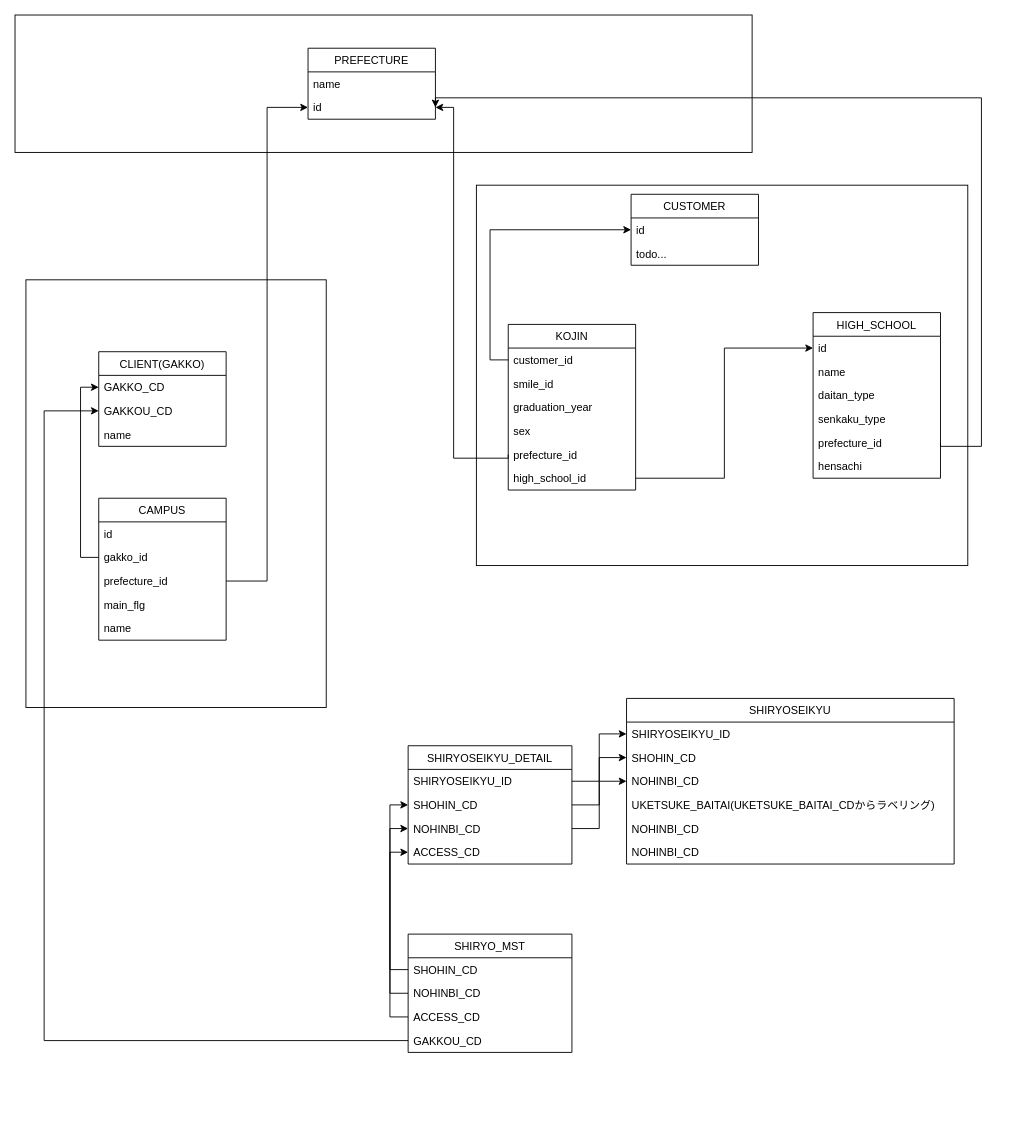
This is page "Page-9" (9 of 9) of learning bloc.drawio from newuniverse/diagrams, a draw.io file, before an edit. Source tidied: cells renumbered, new cells numbered last; positions are measured from the earlier drawing's top-left corner, leaving out a move shared by most shapes. Both pictures are drawn from the tidied source at 91%, with x=0, y=0 at pixel (15, 15).
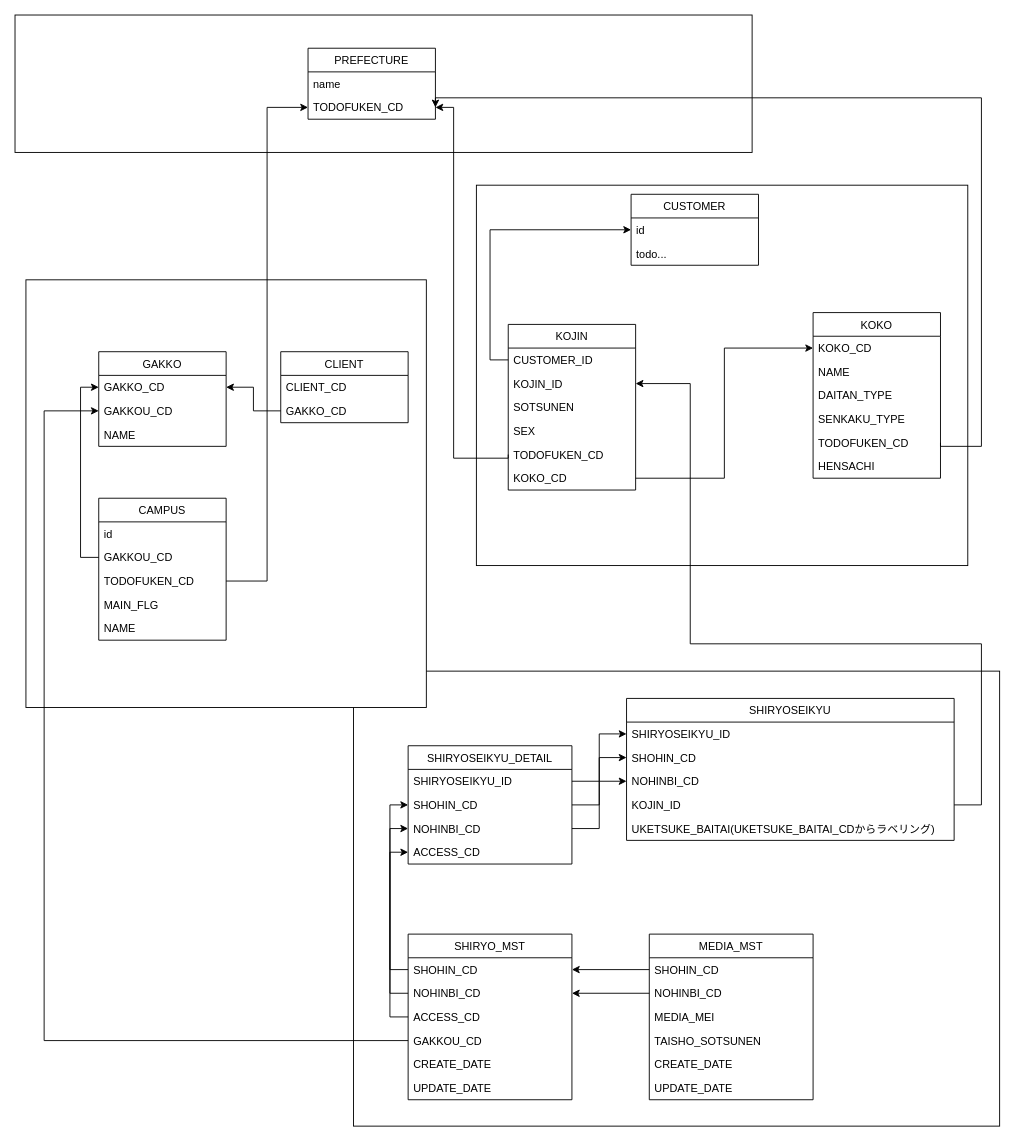
After the change.

The change refers to these unchanged cells:
```xml
<mxCell id="6" value="GAKKO_CD" style="text;strokeColor=none;fillColor=none;align=left;verticalAlign=top;spacingLeft=4;spacingRight=4;overflow=hidden;points=[[0,0.5],[1,0.5]];portConstraint=eastwest;" parent="5" vertex="1">
  <mxGeometry y="26" width="140" height="26" as="geometry" />
</mxCell>
<mxCell id="9" value="PREFECTURE" style="swimlane;fontStyle=0;horizontal=1;startSize=26;fillColor=none;" parent="1" vertex="1">
  <mxGeometry x="322" y="36.5" width="140" height="78" as="geometry" />
</mxCell>
<mxCell id="12" value="CAMPUS" style="swimlane;fontStyle=0;horizontal=1;startSize=26;fillColor=none;" parent="1" vertex="1">
  <mxGeometry x="92" y="531" width="140" height="156" as="geometry" />
</mxCell>
<mxCell id="23" value="KOJIN" style="swimlane;fontStyle=0;horizontal=1;startSize=26;fillColor=none;" parent="1" vertex="1">
  <mxGeometry x="542" y="340" width="140" height="182" as="geometry" />
</mxCell>
<mxCell id="57" value="SHOHIN_CD" style="text;strokeColor=none;fillColor=none;align=left;verticalAlign=top;spacingLeft=4;spacingRight=4;overflow=hidden;points=[[0,0.5],[1,0.5]];portConstraint=eastwest;" parent="56" vertex="1">
  <mxGeometry y="26" width="180" height="26" as="geometry" />
</mxCell>
<mxCell id="58" value="NOHINBI_CD" style="text;strokeColor=none;fillColor=none;align=left;verticalAlign=top;spacingLeft=4;spacingRight=4;overflow=hidden;points=[[0,0.5],[1,0.5]];portConstraint=eastwest;" parent="56" vertex="1">
  <mxGeometry y="52" width="180" height="26" as="geometry" />
</mxCell>
```

Change to the diagram source:
```diff
@@
+    <mxCell id="65" style="rounded=0;whiteSpace=wrap;html=1;fillColor=#FFFFFF;" parent="1" vertex="1">
+      <mxGeometry x="372" y="721" width="710" height="500" as="geometry" />
+    </mxCell>
@@
     <mxCell id="4" style="rounded=0;whiteSpace=wrap;html=1;" parent="1" vertex="1">
-      <mxGeometry x="12" y="291" width="330" height="470" as="geometry" />
+      <mxGeometry x="12" y="291" width="440" height="470" as="geometry" />
     </mxCell>
-    <mxCell id="5" value="CLIENT(GAKKO)" style="swimlane;fontStyle=0;horizontal=1;startSize=26;fillColor=none;" parent="1" vertex="1">
+    <mxCell id="5" value="GAKKO" style="swimlane;fontStyle=0;horizontal=1;startSize=26;fillColor=none;" parent="1" vertex="1">
       <mxGeometry x="92" y="370" width="140" height="104" as="geometry" />
     </mxCell>
@@
-    <mxCell id="8" value="name " style="text;strokeColor=none;fillColor=none;align=left;verticalAlign=top;spacingLeft=4;spacingRight=4;overflow=hidden;" parent="5" vertex="1">
+    <mxCell id="8" value="NAME" style="text;strokeColor=none;fillColor=none;align=left;verticalAlign=top;spacingLeft=4;spacingRight=4;overflow=hidden;" parent="5" vertex="1">
       <mxGeometry y="78" width="140" height="26" as="geometry" />
     </mxCell>
@@
-    <mxCell id="11" value="id" style="text;strokeColor=none;fillColor=none;align=left;verticalAlign=top;spacingLeft=4;spacingRight=4;overflow=hidden;points=[[0,0.5],[1,0.5]];portConstraint=eastwest;" parent="9" vertex="1">
+    <mxCell id="11" value="TODOFUKEN_CD" style="text;strokeColor=none;fillColor=none;align=left;verticalAlign=top;spacingLeft=4;spacingRight=4;overflow=hidden;points=[[0,0.5],[1,0.5]];portConstraint=eastwest;" parent="9" vertex="1">
       <mxGeometry y="52" width="140" height="26" as="geometry" />
     </mxCell>
@@
-    <mxCell id="14" value="gakko_id" style="text;strokeColor=none;fillColor=none;align=left;verticalAlign=top;spacingLeft=4;spacingRight=4;overflow=hidden;points=[[0,0.5],[1,0.5]];portConstraint=eastwest;" parent="12" vertex="1">
+    <mxCell id="14" value="GAKKOU_CD" style="text;strokeColor=none;fillColor=none;align=left;verticalAlign=top;spacingLeft=4;spacingRight=4;overflow=hidden;points=[[0,0.5],[1,0.5]];portConstraint=eastwest;" parent="12" vertex="1">
       <mxGeometry y="52" width="140" height="26" as="geometry" />
     </mxCell>
-    <mxCell id="15" value="prefecture_id" style="text;strokeColor=none;fillColor=none;align=left;verticalAlign=top;spacingLeft=4;spacingRight=4;overflow=hidden;points=[[0,0.5],[1,0.5]];portConstraint=eastwest;" parent="12" vertex="1">
+    <mxCell id="15" value="TODOFUKEN_CD" style="text;strokeColor=none;fillColor=none;align=left;verticalAlign=top;spacingLeft=4;spacingRight=4;overflow=hidden;points=[[0,0.5],[1,0.5]];portConstraint=eastwest;" parent="12" vertex="1">
       <mxGeometry y="78" width="140" height="26" as="geometry" />
     </mxCell>
-    <mxCell id="16" value="main_flg" style="text;strokeColor=none;fillColor=none;align=left;verticalAlign=top;spacingLeft=4;spacingRight=4;overflow=hidden;" parent="12" vertex="1">
+    <mxCell id="16" value="MAIN_FLG" style="text;strokeColor=none;fillColor=none;align=left;verticalAlign=top;spacingLeft=4;spacingRight=4;overflow=hidden;" parent="12" vertex="1">
       <mxGeometry y="104" width="140" height="26" as="geometry" />
     </mxCell>
-    <mxCell id="17" value="name" style="text;strokeColor=none;fillColor=none;align=left;verticalAlign=top;spacingLeft=4;spacingRight=4;overflow=hidden;" parent="12" vertex="1">
+    <mxCell id="17" value="NAME" style="text;strokeColor=none;fillColor=none;align=left;verticalAlign=top;spacingLeft=4;spacingRight=4;overflow=hidden;" parent="12" vertex="1">
       <mxGeometry y="130" width="140" height="26" as="geometry" />
     </mxCell>
@@
-    <mxCell id="24" value="customer_id" style="text;strokeColor=none;fillColor=none;align=left;verticalAlign=top;spacingLeft=4;spacingRight=4;overflow=hidden;points=[[0,0.5],[1,0.5]];portConstraint=eastwest;" parent="23" vertex="1">
+    <mxCell id="24" value="CUSTOMER_ID" style="text;strokeColor=none;fillColor=none;align=left;verticalAlign=top;spacingLeft=4;spacingRight=4;overflow=hidden;points=[[0,0.5],[1,0.5]];portConstraint=eastwest;" parent="23" vertex="1">
       <mxGeometry y="26" width="140" height="26" as="geometry" />
     </mxCell>
-    <mxCell id="25" value="smile_id" style="text;strokeColor=none;fillColor=none;align=left;verticalAlign=top;spacingLeft=4;spacingRight=4;overflow=hidden;points=[[0,0.5],[1,0.5]];portConstraint=eastwest;" parent="23" vertex="1">
+    <mxCell id="25" value="KOJIN_ID" style="text;strokeColor=none;fillColor=none;align=left;verticalAlign=top;spacingLeft=4;spacingRight=4;overflow=hidden;points=[[0,0.5],[1,0.5]];portConstraint=eastwest;" parent="23" vertex="1">
       <mxGeometry y="52" width="140" height="26" as="geometry" />
     </mxCell>
-    <mxCell id="26" value="graduation_year" style="text;strokeColor=none;fillColor=none;align=left;verticalAlign=top;spacingLeft=4;spacingRight=4;overflow=hidden;" parent="23" vertex="1">
+    <mxCell id="26" value="SOTSUNEN" style="text;strokeColor=none;fillColor=none;align=left;verticalAlign=top;spacingLeft=4;spacingRight=4;overflow=hidden;" parent="23" vertex="1">
       <mxGeometry y="78" width="140" height="26" as="geometry" />
     </mxCell>
-    <mxCell id="27" value="sex" style="text;strokeColor=none;fillColor=none;align=left;verticalAlign=top;spacingLeft=4;spacingRight=4;overflow=hidden;" parent="23" vertex="1">
+    <mxCell id="27" value="SEX" style="text;strokeColor=none;fillColor=none;align=left;verticalAlign=top;spacingLeft=4;spacingRight=4;overflow=hidden;" parent="23" vertex="1">
       <mxGeometry y="104" width="140" height="26" as="geometry" />
     </mxCell>
-    <mxCell id="28" value="prefecture_id" style="text;strokeColor=none;fillColor=none;align=left;verticalAlign=top;spacingLeft=4;spacingRight=4;overflow=hidden;points=[[0,0.5],[1,0.5]];portConstraint=eastwest;" parent="23" vertex="1">
+    <mxCell id="28" value="TODOFUKEN_CD" style="text;strokeColor=none;fillColor=none;align=left;verticalAlign=top;spacingLeft=4;spacingRight=4;overflow=hidden;points=[[0,0.5],[1,0.5]];portConstraint=eastwest;" parent="23" vertex="1">
       <mxGeometry y="130" width="140" height="26" as="geometry" />
     </mxCell>
-    <mxCell id="29" value="high_school_id" style="text;strokeColor=none;fillColor=none;align=left;verticalAlign=top;spacingLeft=4;spacingRight=4;overflow=hidden;points=[[0,0.5],[1,0.5]];portConstraint=eastwest;" parent="23" vertex="1">
+    <mxCell id="29" value="KOKO_CD" style="text;strokeColor=none;fillColor=none;align=left;verticalAlign=top;spacingLeft=4;spacingRight=4;overflow=hidden;points=[[0,0.5],[1,0.5]];portConstraint=eastwest;" parent="23" vertex="1">
       <mxGeometry y="156" width="140" height="26" as="geometry" />
     </mxCell>
@@
-    <mxCell id="31" value="HIGH_SCHOOL" style="swimlane;fontStyle=0;horizontal=1;startSize=26;fillColor=none;" parent="1" vertex="1">
+    <mxCell id="31" value="KOKO" style="swimlane;fontStyle=0;horizontal=1;startSize=26;fillColor=none;" parent="1" vertex="1">
       <mxGeometry x="877" y="327" width="140" height="182" as="geometry" />
     </mxCell>
-    <mxCell id="32" value="id" style="text;strokeColor=none;fillColor=none;align=left;verticalAlign=top;spacingLeft=4;spacingRight=4;overflow=hidden;points=[[0,0.5],[1,0.5]];portConstraint=eastwest;" parent="31" vertex="1">
+    <mxCell id="32" value="KOKO_CD" style="text;strokeColor=none;fillColor=none;align=left;verticalAlign=top;spacingLeft=4;spacingRight=4;overflow=hidden;points=[[0,0.5],[1,0.5]];portConstraint=eastwest;" parent="31" vertex="1">
       <mxGeometry y="26" width="140" height="26" as="geometry" />
     </mxCell>
-    <mxCell id="33" value="name" style="text;strokeColor=none;fillColor=none;align=left;verticalAlign=top;spacingLeft=4;spacingRight=4;overflow=hidden;" parent="31" vertex="1">
+    <mxCell id="33" value="NAME" style="text;strokeColor=none;fillColor=none;align=left;verticalAlign=top;spacingLeft=4;spacingRight=4;overflow=hidden;" parent="31" vertex="1">
       <mxGeometry y="52" width="140" height="26" as="geometry" />
     </mxCell>
-    <mxCell id="34" value="daitan_type" style="text;strokeColor=none;fillColor=none;align=left;verticalAlign=top;spacingLeft=4;spacingRight=4;overflow=hidden;" parent="31" vertex="1">
+    <mxCell id="34" value="DAITAN_TYPE" style="text;strokeColor=none;fillColor=none;align=left;verticalAlign=top;spacingLeft=4;spacingRight=4;overflow=hidden;" parent="31" vertex="1">
       <mxGeometry y="78" width="140" height="26" as="geometry" />
     </mxCell>
-    <mxCell id="35" value="senkaku_type" style="text;strokeColor=none;fillColor=none;align=left;verticalAlign=top;spacingLeft=4;spacingRight=4;overflow=hidden;" parent="31" vertex="1">
+    <mxCell id="35" value="SENKAKU_TYPE" style="text;strokeColor=none;fillColor=none;align=left;verticalAlign=top;spacingLeft=4;spacingRight=4;overflow=hidden;" parent="31" vertex="1">
       <mxGeometry y="104" width="140" height="26" as="geometry" />
     </mxCell>
-    <mxCell id="36" value="prefecture_id" style="text;strokeColor=none;fillColor=none;align=left;verticalAlign=top;spacingLeft=4;spacingRight=4;overflow=hidden;points=[[0,0.5],[1,0.5]];portConstraint=eastwest;" parent="31" vertex="1">
+    <mxCell id="36" value="TODOFUKEN_CD" style="text;strokeColor=none;fillColor=none;align=left;verticalAlign=top;spacingLeft=4;spacingRight=4;overflow=hidden;points=[[0,0.5],[1,0.5]];portConstraint=eastwest;" parent="31" vertex="1">
       <mxGeometry y="130" width="140" height="26" as="geometry" />
     </mxCell>
-    <mxCell id="37" value="hensachi" style="text;strokeColor=none;fillColor=none;align=left;verticalAlign=top;spacingLeft=4;spacingRight=4;overflow=hidden;" parent="31" vertex="1">
+    <mxCell id="37" value="HENSACHI" style="text;strokeColor=none;fillColor=none;align=left;verticalAlign=top;spacingLeft=4;spacingRight=4;overflow=hidden;" parent="31" vertex="1">
       <mxGeometry y="156" width="140" height="26" as="geometry" />
     </mxCell>
@@
     <mxCell id="41" value="SHIRYOSEIKYU" style="swimlane;fontStyle=0;horizontal=1;startSize=26;fillColor=none;" parent="1" vertex="1">
-      <mxGeometry x="672" y="751" width="360" height="182" as="geometry" />
+      <mxGeometry x="672" y="751" width="360" height="156" as="geometry" />
     </mxCell>
@@
+    <mxCell id="66" value="KOJIN_ID" style="text;strokeColor=none;fillColor=none;align=left;verticalAlign=top;spacingLeft=4;spacingRight=4;overflow=hidden;points=[[0,0.5],[1,0.5]];portConstraint=eastwest;" parent="41" vertex="1">
+      <mxGeometry y="104" width="360" height="26" as="geometry" />
+    </mxCell>
     <mxCell id="45" value="UKETSUKE_BAITAI(UKETSUKE_BAITAI_CDからラベリング)" style="text;strokeColor=none;fillColor=none;align=left;verticalAlign=top;spacingLeft=4;spacingRight=4;overflow=hidden;" parent="41" vertex="1">
-      <mxGeometry y="104" width="360" height="26" as="geometry" />
+      <mxGeometry y="130" width="360" height="26" as="geometry" />
     </mxCell>
-    <mxCell id="46" value="NOHINBI_CD" style="text;strokeColor=none;fillColor=none;align=left;verticalAlign=top;spacingLeft=4;spacingRight=4;overflow=hidden;" parent="41" vertex="1">
-      <mxGeometry y="130" width="360" height="26" as="geometry" />
-    </mxCell>
-    <mxCell id="47" value="NOHINBI_CD" style="text;strokeColor=none;fillColor=none;align=left;verticalAlign=top;spacingLeft=4;spacingRight=4;overflow=hidden;" parent="41" vertex="1">
-      <mxGeometry y="156" width="360" height="26" as="geometry" />
-    </mxCell>
@@
     <mxCell id="56" value="SHIRYO_MST" style="swimlane;fontStyle=0;horizontal=1;startSize=26;fillColor=none;" parent="1" vertex="1">
-      <mxGeometry x="432" y="1010" width="180" height="130" as="geometry" />
+      <mxGeometry x="432" y="1010" width="180" height="182" as="geometry" />
     </mxCell>
@@
+    <mxCell id="67" value="CREATE_DATE" style="text;strokeColor=none;fillColor=none;align=left;verticalAlign=top;spacingLeft=4;spacingRight=4;overflow=hidden;" parent="56" vertex="1">
+      <mxGeometry y="130" width="180" height="26" as="geometry" />
+    </mxCell>
+    <mxCell id="68" value="UPDATE_DATE" style="text;strokeColor=none;fillColor=none;align=left;verticalAlign=top;spacingLeft=4;spacingRight=4;overflow=hidden;" parent="56" vertex="1">
+      <mxGeometry y="156" width="180" height="26" as="geometry" />
+    </mxCell>
@@
+    <mxCell id="69" value="MEDIA_MST" style="swimlane;fontStyle=0;horizontal=1;startSize=26;fillColor=none;" parent="1" vertex="1">
+      <mxGeometry x="697" y="1010" width="180" height="182" as="geometry" />
+    </mxCell>
+    <mxCell id="70" value="SHOHIN_CD" style="text;strokeColor=none;fillColor=none;align=left;verticalAlign=top;spacingLeft=4;spacingRight=4;overflow=hidden;points=[[0,0.5],[1,0.5]];portConstraint=eastwest;" parent="69" vertex="1">
+      <mxGeometry y="26" width="180" height="26" as="geometry" />
+    </mxCell>
+    <mxCell id="71" value="NOHINBI_CD" style="text;strokeColor=none;fillColor=none;align=left;verticalAlign=top;spacingLeft=4;spacingRight=4;overflow=hidden;points=[[0,0.5],[1,0.5]];portConstraint=eastwest;" parent="69" vertex="1">
+      <mxGeometry y="52" width="180" height="26" as="geometry" />
+    </mxCell>
+    <mxCell id="72" value="MEDIA_MEI" style="text;strokeColor=none;fillColor=none;align=left;verticalAlign=top;spacingLeft=4;spacingRight=4;overflow=hidden;" parent="69" vertex="1">
+      <mxGeometry y="78" width="180" height="26" as="geometry" />
+    </mxCell>
+    <mxCell id="73" value="TAISHO_SOTSUNEN" style="text;strokeColor=none;fillColor=none;align=left;verticalAlign=top;spacingLeft=4;spacingRight=4;overflow=hidden;" parent="69" vertex="1">
+      <mxGeometry y="104" width="180" height="26" as="geometry" />
+    </mxCell>
+    <mxCell id="74" value="CREATE_DATE" style="text;strokeColor=none;fillColor=none;align=left;verticalAlign=top;spacingLeft=4;spacingRight=4;overflow=hidden;" parent="69" vertex="1">
+      <mxGeometry y="130" width="180" height="26" as="geometry" />
+    </mxCell>
+    <mxCell id="75" value="UPDATE_DATE" style="text;strokeColor=none;fillColor=none;align=left;verticalAlign=top;spacingLeft=4;spacingRight=4;overflow=hidden;" parent="69" vertex="1">
+      <mxGeometry y="156" width="180" height="26" as="geometry" />
+    </mxCell>
+    <mxCell id="76" style="edgeStyle=orthogonalEdgeStyle;rounded=0;jettySize=auto;html=1;exitX=0;exitY=0.5;exitDx=0;exitDy=0;entryX=1;entryY=0.5;entryDx=0;entryDy=0;" parent="1" edge="1" source="70" target="57">
+      <mxGeometry relative="1" as="geometry" />
+    </mxCell>
+    <mxCell id="77" style="edgeStyle=orthogonalEdgeStyle;rounded=0;jettySize=auto;html=1;exitX=0;exitY=0.5;exitDx=0;exitDy=0;entryX=1;entryY=0.5;entryDx=0;entryDy=0;" parent="1" edge="1" source="71" target="58">
+      <mxGeometry relative="1" as="geometry" />
+    </mxCell>
+    <mxCell id="78" value="CLIENT" style="swimlane;fontStyle=0;horizontal=1;startSize=26;fillColor=none;" parent="1" vertex="1">
+      <mxGeometry x="292" y="370" width="140" height="78" as="geometry" />
+    </mxCell>
+    <mxCell id="79" value="CLIENT_CD" style="text;strokeColor=none;fillColor=none;align=left;verticalAlign=top;spacingLeft=4;spacingRight=4;overflow=hidden;" parent="78" vertex="1">
+      <mxGeometry y="26" width="140" height="26" as="geometry" />
+    </mxCell>
+    <mxCell id="80" value="GAKKO_CD" style="text;strokeColor=none;fillColor=none;align=left;verticalAlign=top;spacingLeft=4;spacingRight=4;overflow=hidden;points=[[0,0.5],[1,0.5]];portConstraint=eastwest;" parent="78" vertex="1">
+      <mxGeometry y="52" width="140" height="26" as="geometry" />
+    </mxCell>
+    <mxCell id="81" style="edgeStyle=orthogonalEdgeStyle;rounded=0;jettySize=auto;html=1;exitX=0;exitY=0.5;exitDx=0;exitDy=0;entryX=1;entryY=0.5;entryDx=0;entryDy=0;" parent="1" edge="1" source="80" target="6">
+      <mxGeometry relative="1" as="geometry" />
+    </mxCell>
+    <mxCell id="82" style="edgeStyle=orthogonalEdgeStyle;rounded=0;jettySize=auto;html=1;exitX=1;exitY=0.5;exitDx=0;exitDy=0;entryX=1;entryY=0.5;entryDx=0;entryDy=0;" parent="1" edge="1" source="66" target="25">
+      <mxGeometry relative="1" as="geometry">
+        <Array as="points">
+          <mxPoint x="1062" y="868" />
+          <mxPoint x="1062" y="691" />
+          <mxPoint x="742" y="691" />
+          <mxPoint x="742" y="405" />
+        </Array>
+      </mxGeometry>
+    </mxCell>
```
